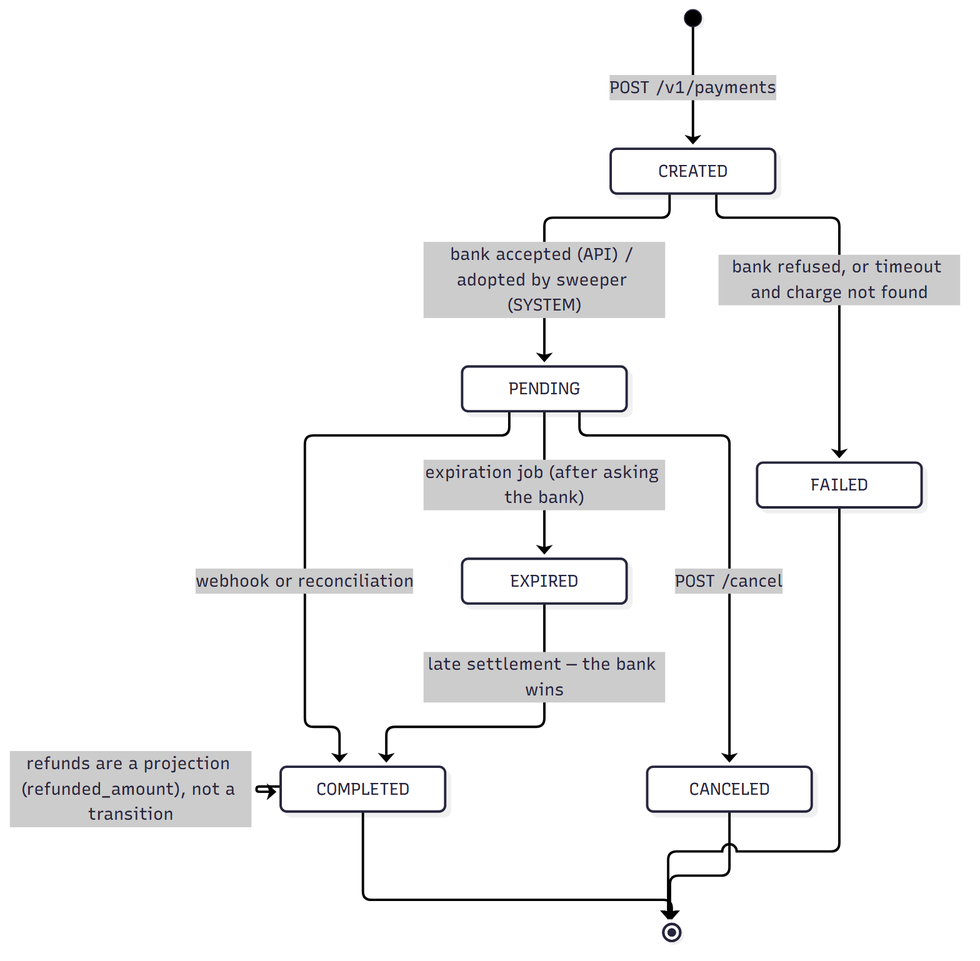
The Mermaid diagram docs/diagrams/payment-states.png in leonardolermen/payment-gateway, before a commit. Its source is kept beside it as docs/diagrams/payment-states.mmd. The source it was exported from:
```mermaid
stateDiagram-v2
  [*] --> CREATED: POST /v1/payments
  CREATED --> PENDING: bank accepted (API) / adopted by sweeper (SYSTEM)
  CREATED --> FAILED: bank refused, or timeout and charge not found
  PENDING --> COMPLETED: webhook or reconciliation
  PENDING --> EXPIRED: expiration job (after asking the bank)
  PENDING --> CANCELED: POST /cancel
  EXPIRED --> COMPLETED: late settlement — the bank wins
  COMPLETED --> COMPLETED: refunds are a projection (refunded_amount), not a transition
  COMPLETED --> [*]
  CANCELED --> [*]
  FAILED --> [*]
```
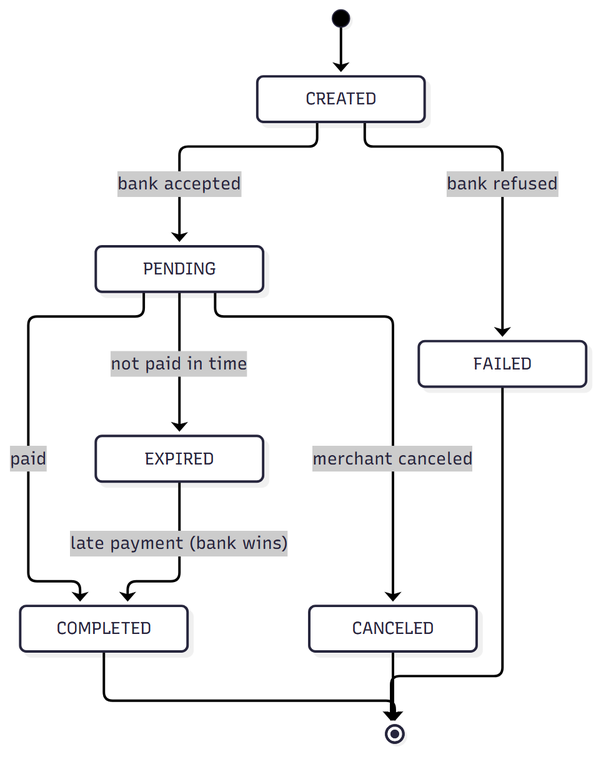
After the commit.

Change to the diagram source:
```diff
@@ -1,12 +1,11 @@
 stateDiagram-v2
-  [*] --> CREATED: POST /v1/payments
-  CREATED --> PENDING: bank accepted (API) / adopted by sweeper (SYSTEM)
-  CREATED --> FAILED: bank refused, or timeout and charge not found
-  PENDING --> COMPLETED: webhook or reconciliation
-  PENDING --> EXPIRED: expiration job (after asking the bank)
-  PENDING --> CANCELED: POST /cancel
-  EXPIRED --> COMPLETED: late settlement — the bank wins
-  COMPLETED --> COMPLETED: refunds are a projection (refunded_amount), not a transition
+  [*] --> CREATED
+  CREATED --> PENDING: bank accepted
+  CREATED --> FAILED: bank refused
+  PENDING --> COMPLETED: paid
+  PENDING --> EXPIRED: not paid in time
+  PENDING --> CANCELED: merchant canceled
+  EXPIRED --> COMPLETED: late payment (bank wins)
   COMPLETED --> [*]
   CANCELED --> [*]
   FAILED --> [*]
```
